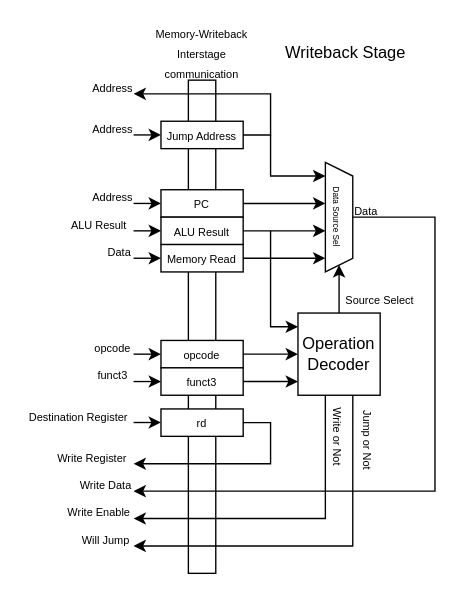
This is page "Writeback stage" (6 of 6) of docs/imgs/microarchitecture/multi-cycle_datapath.drawio from WachirawichN/C0-CPU, a draw.io file, before an edit. Source tidied: cells renumbered, new cells numbered last; positions are measured from the earlier drawing's top-left corner, leaving out a move shared by most shapes. Both pictures are drawn from the tidied source at 137%, with x=0, y=0 at pixel (23, 25).
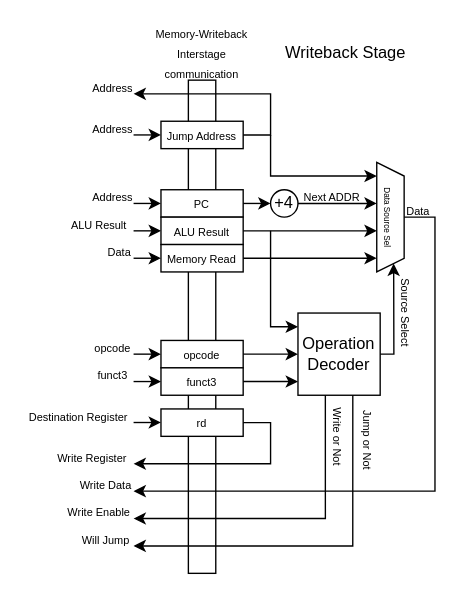
The same diagram, later.

Commit message (it also covers changes not shown here):
Fixed a mistake in the diagram at the writeback stage (Next addres), and make the diagram also able to use jump address for AUIPC.

The change refers to these unchanged cells:
```xml
<mxCell id="5" value="&lt;span style=&quot;font-size: 8px;&quot;&gt;PC&lt;/span&gt;" style="rounded=0;whiteSpace=wrap;html=1;strokeColor=light-dark(#000000,#FFFFFF);fillColor=light-dark(#FFFFFF,#000000);" parent="2" vertex="1">
  <mxGeometry x="10" y="120" width="60" height="20" as="geometry" />
</mxCell>
<mxCell id="17" value="Operation Decoder" style="rounded=0;whiteSpace=wrap;html=1;fillColor=light-dark(#FFFFFF,#000000);" parent="1" vertex="1">
  <mxGeometry x="200" y="210" width="60" height="60" as="geometry" />
</mxCell>
```

What changed in the source:
```diff
@@
     <mxCell id="13" value="&lt;font style=&quot;font-size: 6px;&quot;&gt;Data Source Sel&lt;/font&gt;" style="shape=trapezoid;perimeter=trapezoidPerimeter;whiteSpace=wrap;html=1;fixedSize=1;size=10;rotation=90;fillColor=light-dark(#FFFFFF,#000000);" parent="1" vertex="1">
-      <mxGeometry x="190" y="130" width="80" height="20" as="geometry" />
+      <mxGeometry x="227.5" y="130" width="80" height="20" as="geometry" />
     </mxCell>
-    <mxCell id="14" style="endArrow=classic;html=1;rounded=0;exitX=1;exitY=0.5;exitDx=0;exitDy=0;entryX=0.375;entryY=1;entryDx=0;entryDy=0;entryPerimeter=0;" parent="1" edge="1" source="5" target="13">
+    <mxCell id="14" style="endArrow=classic;html=1;rounded=0;exitX=1;exitY=0.5;exitDx=0;exitDy=0;entryX=0.375;entryY=1;entryDx=0;entryDy=0;entryPerimeter=0;" parent="1" edge="1" source="52" target="13">
       <mxGeometry relative="1" as="geometry" />
     </mxCell>
@@
-    <mxCell id="20" style="endArrow=classic;html=1;rounded=0;exitX=0.5;exitY=0;exitDx=0;exitDy=0;" parent="1" edge="1" source="17" target="13">
-      <mxGeometry relative="1" as="geometry" />
+    <mxCell id="20" style="endArrow=classic;html=1;rounded=0;exitX=1;exitY=0.5;exitDx=0;exitDy=0;entryX=0.924;entryY=0.383;entryDx=0;entryDy=0;entryPerimeter=0;" parent="1" edge="1" source="17" target="13">
+      <mxGeometry relative="1" as="geometry">
+        <Array as="points">
+          <mxPoint x="270" y="240" />
+        </Array>
+      </mxGeometry>
     </mxCell>
@@
     <mxCell id="23" value="&lt;font style=&quot;font-size: 8px;&quot;&gt;Data&lt;/font&gt;" style="text;html=1;whiteSpace=wrap;strokeColor=none;fillColor=none;align=center;verticalAlign=middle;rounded=0;" parent="1" vertex="1">
-      <mxGeometry x="240" y="130" width="20" height="10" as="geometry" />
+      <mxGeometry x="277.5" y="130" width="20" height="10" as="geometry" />
     </mxCell>
-    <mxCell id="24" value="&lt;font style=&quot;font-size: 8px;&quot;&gt;Source Select&lt;/font&gt;" style="text;html=1;whiteSpace=wrap;strokeColor=none;fillColor=none;align=center;verticalAlign=middle;rounded=0;" parent="1" vertex="1">
-      <mxGeometry x="230" y="190" width="60" height="20" as="geometry" />
+    <mxCell id="24" value="&lt;font style=&quot;font-size: 8px;&quot;&gt;Source Select&lt;/font&gt;" style="text;html=1;whiteSpace=wrap;strokeColor=none;fillColor=none;align=center;verticalAlign=middle;rounded=0;rotation=90;" parent="1" vertex="1">
+      <mxGeometry x="250" y="200" width="60" height="20" as="geometry" />
     </mxCell>
@@
+    <mxCell id="51" style="endArrow=classic;html=1;rounded=0;exitX=1;exitY=0.5;exitDx=0;exitDy=0;entryX=0;entryY=0.5;entryDx=0;entryDy=0;" parent="1" edge="1" source="5" target="52">
+      <mxGeometry relative="1" as="geometry" />
+    </mxCell>
+    <mxCell id="52" value="+4" style="ellipse;whiteSpace=wrap;html=1;fillColor=light-dark(#FFFFFF,#000000);" parent="1" vertex="1">
+      <mxGeometry x="180" y="120" width="20" height="20" as="geometry" />
+    </mxCell>
+    <mxCell id="53" value="&lt;font style=&quot;font-size: 8px;&quot;&gt;Next ADDR&lt;/font&gt;" style="text;html=1;whiteSpace=wrap;strokeColor=none;fillColor=none;align=center;verticalAlign=middle;rounded=0;" parent="1" vertex="1">
+      <mxGeometry x="200" y="120" width="50" height="10" as="geometry" />
+    </mxCell>
```
